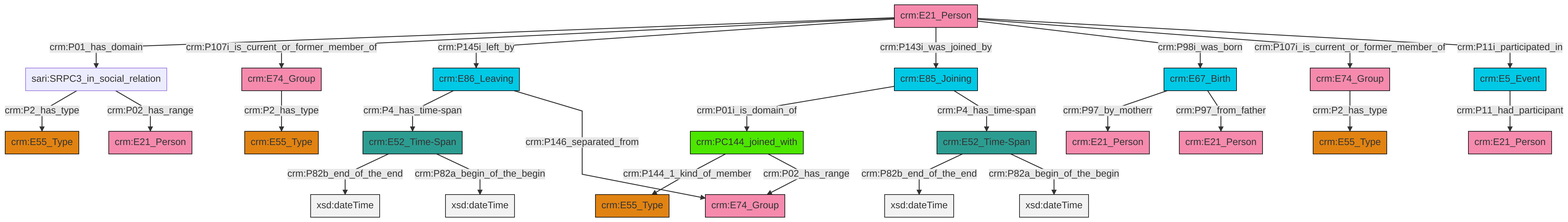
Earlier version of the Mermaid export et/personCSV/ttl/mmd/png/Person_Actor_Relations.png (swiss-art-research-net/reference-data-models). Its source is kept beside it as et/personCSV/ttl/mmd/Person_Actor_Relations.ttl.mmd.
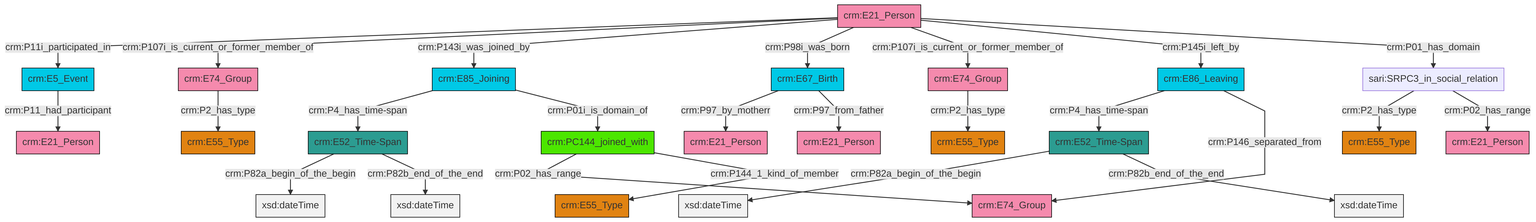
The same file after the commit.

Change to the diagram source:
```diff
@@ -13,27 +13,27 @@
 classDef PC_Classes fill:#4ce600, stroke:#000000;
 classDef Multi fill:#cccccc,stroke:#000000;
 
-2["crm:PC144_joined_with"]:::PC_Classes -->|crm:P144_1_kind_of_member| 4["crm:E55_Type"]:::Type
-5["crm:E21_Person"]:::Actor -->|crm:P01_has_domain| 6["sari:SRPC3_in_social_relation"]:::Default
-7["crm:E74_Group"]:::Actor -->|crm:P2_has_type| 8["crm:E55_Type"]:::Type
-14["crm:E86_Leaving"]:::Temporal_Entity -->|crm:P4_has_time-span| 15["crm:E52_Time-Span"]:::Time-Span
-5["crm:E21_Person"]:::Actor -->|crm:P107i_is_current_or_former_member_of| 16["crm:E74_Group"]:::Actor
-0["crm:E5_Event"]:::Temporal_Entity -->|crm:P11_had_participant| 12["crm:E21_Person"]:::Actor
-5["crm:E21_Person"]:::Actor -->|crm:P145i_left_by| 14["crm:E86_Leaving"]:::Temporal_Entity
-22["crm:E67_Birth"]:::Temporal_Entity -->|crm:P97_by_motherr| 9["crm:E21_Person"]:::Actor
-23["crm:E52_Time-Span"]:::Time-Span -->|crm:P82b_end_of_the_end| 24[xsd:dateTime]:::Literal
-15["crm:E52_Time-Span"]:::Time-Span -->|crm:P82b_end_of_the_end| 28[xsd:dateTime]:::Literal
-6["sari:SRPC3_in_social_relation"]:::Default -->|crm:P2_has_type| 20["crm:E55_Type"]:::Type
-5["crm:E21_Person"]:::Actor -->|crm:P143i_was_joined_by| 31["crm:E85_Joining"]:::Temporal_Entity
-6["sari:SRPC3_in_social_relation"]:::Default -->|crm:P02_has_range| 18["crm:E21_Person"]:::Actor
-31["crm:E85_Joining"]:::Temporal_Entity -->|crm:P01i_is_domain_of| 2["crm:PC144_joined_with"]:::PC_Classes
-16["crm:E74_Group"]:::Actor -->|crm:P2_has_type| 25["crm:E55_Type"]:::Type
-31["crm:E85_Joining"]:::Temporal_Entity -->|crm:P4_has_time-span| 23["crm:E52_Time-Span"]:::Time-Span
-15["crm:E52_Time-Span"]:::Time-Span -->|crm:P82a_begin_of_the_begin| 38[xsd:dateTime]:::Literal
-14["crm:E86_Leaving"]:::Temporal_Entity -->|crm:P146_separated_from| 35["crm:E74_Group"]:::Actor
-22["crm:E67_Birth"]:::Temporal_Entity -->|crm:P97_from_father| 32["crm:E21_Person"]:::Actor
-2["crm:PC144_joined_with"]:::PC_Classes -->|crm:P02_has_range| 35["crm:E74_Group"]:::Actor
-23["crm:E52_Time-Span"]:::Time-Span -->|crm:P82a_begin_of_the_begin| 44[xsd:dateTime]:::Literal
-5["crm:E21_Person"]:::Actor -->|crm:P98i_was_born| 22["crm:E67_Birth"]:::Temporal_Entity
-5["crm:E21_Person"]:::Actor -->|crm:P107i_is_current_or_former_member_of| 7["crm:E74_Group"]:::Actor
-5["crm:E21_Person"]:::Actor -->|crm:P11i_participated_in| 0["crm:E5_Event"]:::Temporal_Entity
+0["crm:E86_Leaving"]:::Temporal_Entity -->|crm:P4_has_time-span| 1["crm:E52_Time-Span"]:::Time-Span
+1["crm:E52_Time-Span"]:::Time-Span -->|crm:P82a_begin_of_the_begin| 2[xsd:dateTime]:::Literal
+3["crm:E21_Person"]:::Actor -->|crm:P11i_participated_in| 4["crm:E5_Event"]:::Temporal_Entity
+5["crm:E85_Joining"]:::Temporal_Entity -->|crm:P4_has_time-span| 6["crm:E52_Time-Span"]:::Time-Span
+3["crm:E21_Person"]:::Actor -->|crm:P107i_is_current_or_former_member_of| 7["crm:E74_Group"]:::Actor
+12["sari:SRPC3_in_social_relation"]:::Default -->|crm:P2_has_type| 13["crm:E55_Type"]:::Type
+3["crm:E21_Person"]:::Actor -->|crm:P143i_was_joined_by| 5["crm:E85_Joining"]:::Temporal_Entity
+14["crm:E67_Birth"]:::Temporal_Entity -->|crm:P97_by_motherr| 15["crm:E21_Person"]:::Actor
+18["crm:PC144_joined_with"]:::PC_Classes -->|crm:P02_has_range| 20["crm:E74_Group"]:::Actor
+3["crm:E21_Person"]:::Actor -->|crm:P98i_was_born| 14["crm:E67_Birth"]:::Temporal_Entity
+7["crm:E74_Group"]:::Actor -->|crm:P2_has_type| 23["crm:E55_Type"]:::Type
+6["crm:E52_Time-Span"]:::Time-Span -->|crm:P82a_begin_of_the_begin| 34[xsd:dateTime]:::Literal
+6["crm:E52_Time-Span"]:::Time-Span -->|crm:P82b_end_of_the_end| 35[xsd:dateTime]:::Literal
+3["crm:E21_Person"]:::Actor -->|crm:P107i_is_current_or_former_member_of| 8["crm:E74_Group"]:::Actor
+3["crm:E21_Person"]:::Actor -->|crm:P145i_left_by| 0["crm:E86_Leaving"]:::Temporal_Entity
+8["crm:E74_Group"]:::Actor -->|crm:P2_has_type| 10["crm:E55_Type"]:::Type
+0["crm:E86_Leaving"]:::Temporal_Entity -->|crm:P146_separated_from| 20["crm:E74_Group"]:::Actor
+12["sari:SRPC3_in_social_relation"]:::Default -->|crm:P02_has_range| 30["crm:E21_Person"]:::Actor
+4["crm:E5_Event"]:::Temporal_Entity -->|crm:P11_had_participant| 26["crm:E21_Person"]:::Actor
+5["crm:E85_Joining"]:::Temporal_Entity -->|crm:P01i_is_domain_of| 18["crm:PC144_joined_with"]:::PC_Classes
+14["crm:E67_Birth"]:::Temporal_Entity -->|crm:P97_from_father| 43["crm:E21_Person"]:::Actor
+1["crm:E52_Time-Span"]:::Time-Span -->|crm:P82b_end_of_the_end| 44[xsd:dateTime]:::Literal
+18["crm:PC144_joined_with"]:::PC_Classes -->|crm:P144_1_kind_of_member| 38["crm:E55_Type"]:::Type
+3["crm:E21_Person"]:::Actor -->|crm:P01_has_domain| 12["sari:SRPC3_in_social_relation"]:::Default
```
